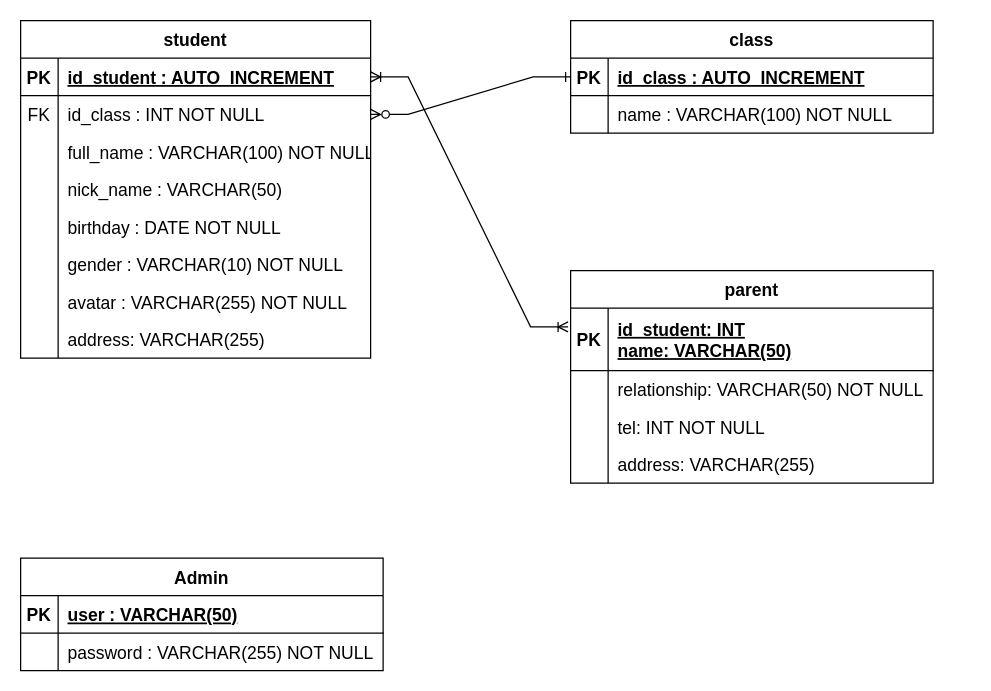
Earlier version of the draw.io diagram ERDmamnonbanmai.drawio (tan264/Student_Management). Source tidied: cells renumbered, new cells numbered last; positions are measured from the earlier drawing's top-left corner, leaving out a move shared by most shapes. Both pictures are drawn from the tidied source at 125%, with x=0, y=0 at pixel (20, 20).
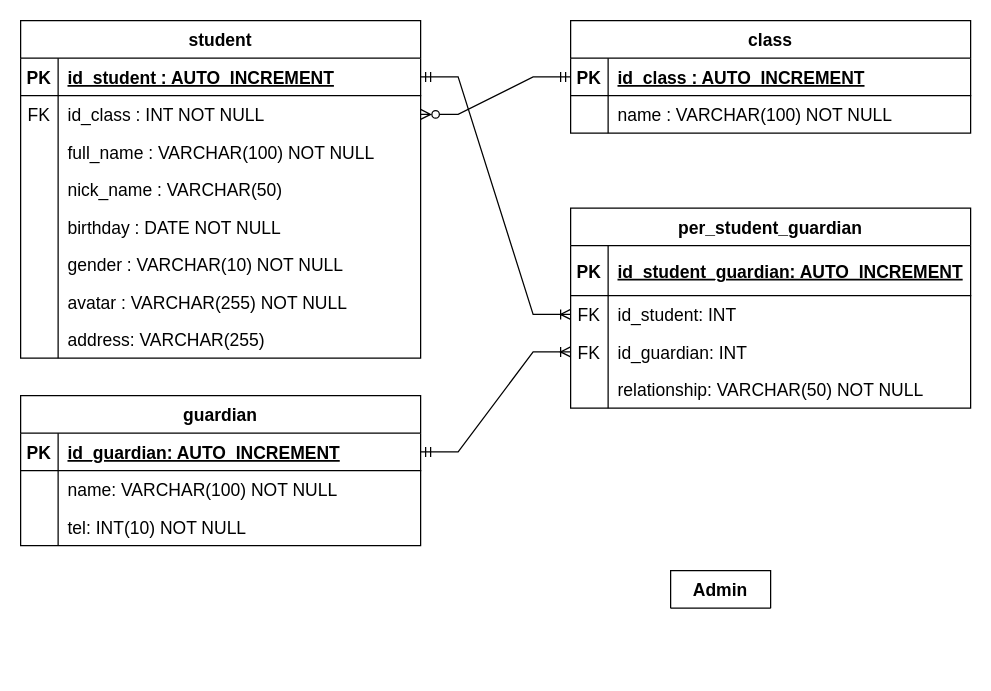
Above is the later version.

What changed in the source:
```diff
@@
     <mxCell id="2" value="student" style="shape=table;startSize=30;childLayout=tableLayout;rowLines=0;fontStyle=1;align=center;fontSize=14;" parent="1" vertex="1">
-      <mxGeometry width="280" height="270" as="geometry" />
+      <mxGeometry width="320" height="270" as="geometry" />
     </mxCell>
     <mxCell id="3" style="shape=tableRow;horizontal=0;startSize=0;swimlaneHead=0;swimlaneBody=0;fillColor=none;points=[[0,0.5],[1,0.5]];portConstraint=eastwest;top=0;left=0;right=0;bottom=1;fontSize=14;" parent="2" vertex="1">
-      <mxGeometry y="30" width="280" height="30" as="geometry" />
+      <mxGeometry y="30" width="320" height="30" as="geometry" />
     </mxCell>
@@
     <mxCell id="5" value="id_student : AUTO_INCREMENT" style="shape=partialRectangle;fillColor=none;top=0;left=0;bottom=0;right=0;align=left;spacingLeft=6;fontStyle=5;overflow=hidden;fontSize=14;" parent="3" vertex="1">
-      <mxGeometry x="30" width="250" height="30" as="geometry" />
+      <mxGeometry x="30" width="290" height="30" as="geometry" />
     </mxCell>
     <mxCell id="6" style="shape=tableRow;horizontal=0;startSize=0;swimlaneHead=0;swimlaneBody=0;fillColor=none;points=[[0,0.5],[1,0.5]];portConstraint=eastwest;top=0;left=0;right=0;bottom=0;fontSize=14;" parent="2" vertex="1">
-      <mxGeometry y="60" width="280" height="30" as="geometry" />
+      <mxGeometry y="60" width="320" height="30" as="geometry" />
     </mxCell>
@@
     <mxCell id="8" value="id_class : INT NOT NULL" style="shape=partialRectangle;fillColor=none;top=0;left=0;bottom=0;right=0;align=left;spacingLeft=6;fontStyle=0;overflow=hidden;fontSize=14;" parent="6" vertex="1">
-      <mxGeometry x="30" width="250" height="30" as="geometry" />
+      <mxGeometry x="30" width="290" height="30" as="geometry" />
     </mxCell>
     <mxCell id="9" style="shape=tableRow;horizontal=0;startSize=0;swimlaneHead=0;swimlaneBody=0;fillColor=none;top=0;left=0;right=0;bottom=0;fontSize=14;" parent="2" vertex="1">
-      <mxGeometry y="90" width="280" height="30" as="geometry" />
+      <mxGeometry y="90" width="320" height="30" as="geometry" />
     </mxCell>
@@
     <mxCell id="11" value="full_name : VARCHAR(100) NOT NULL" style="shape=partialRectangle;fillColor=none;top=0;left=0;bottom=0;right=0;align=left;spacingLeft=6;overflow=hidden;fontSize=14;" parent="9" vertex="1">
-      <mxGeometry x="30" width="250" height="30" as="geometry" />
+      <mxGeometry x="30" width="290" height="30" as="geometry" />
     </mxCell>
     <mxCell id="12" style="shape=tableRow;horizontal=0;startSize=0;swimlaneHead=0;swimlaneBody=0;fillColor=none;top=0;left=0;right=0;bottom=0;fontSize=14;" parent="2" vertex="1">
-      <mxGeometry y="120" width="280" height="30" as="geometry" />
+      <mxGeometry y="120" width="320" height="30" as="geometry" />
     </mxCell>
@@
     <mxCell id="14" value="nick_name : VARCHAR(50)" style="shape=partialRectangle;fillColor=none;top=0;left=0;bottom=0;right=0;align=left;spacingLeft=6;overflow=hidden;fontSize=14;" parent="12" vertex="1">
-      <mxGeometry x="30" width="250" height="30" as="geometry" />
+      <mxGeometry x="30" width="290" height="30" as="geometry" />
     </mxCell>
     <mxCell id="15" style="shape=tableRow;horizontal=0;startSize=0;swimlaneHead=0;swimlaneBody=0;fillColor=none;top=0;left=0;right=0;bottom=0;fontSize=14;" parent="2" vertex="1">
-      <mxGeometry y="150" width="280" height="30" as="geometry" />
+      <mxGeometry y="150" width="320" height="30" as="geometry" />
     </mxCell>
@@
     <mxCell id="17" value="birthday : DATE NOT NULL" style="shape=partialRectangle;fillColor=none;top=0;left=0;bottom=0;right=0;align=left;spacingLeft=6;overflow=hidden;fontSize=14;" parent="15" vertex="1">
-      <mxGeometry x="30" width="250" height="30" as="geometry" />
+      <mxGeometry x="30" width="290" height="30" as="geometry" />
     </mxCell>
     <mxCell id="18" style="shape=tableRow;horizontal=0;startSize=0;swimlaneHead=0;swimlaneBody=0;fillColor=none;top=0;left=0;right=0;bottom=0;fontSize=14;" parent="2" vertex="1">
-      <mxGeometry y="180" width="280" height="30" as="geometry" />
+      <mxGeometry y="180" width="320" height="30" as="geometry" />
     </mxCell>
@@
     <mxCell id="20" value="gender : VARCHAR(10) NOT NULL" style="shape=partialRectangle;fillColor=none;top=0;left=0;bottom=0;right=0;align=left;spacingLeft=6;overflow=hidden;fontSize=14;" parent="18" vertex="1">
-      <mxGeometry x="30" width="250" height="30" as="geometry" />
+      <mxGeometry x="30" width="290" height="30" as="geometry" />
     </mxCell>
     <mxCell id="21" style="shape=tableRow;horizontal=0;startSize=0;swimlaneHead=0;swimlaneBody=0;fillColor=none;top=0;left=0;right=0;bottom=0;fontSize=14;" parent="2" vertex="1">
-      <mxGeometry y="210" width="280" height="30" as="geometry" />
+      <mxGeometry y="210" width="320" height="30" as="geometry" />
     </mxCell>
@@
     <mxCell id="23" value="avatar : VARCHAR(255) NOT NULL" style="shape=partialRectangle;fillColor=none;top=0;left=0;bottom=0;right=0;align=left;spacingLeft=6;overflow=hidden;fontSize=14;" parent="21" vertex="1">
-      <mxGeometry x="30" width="250" height="30" as="geometry" />
+      <mxGeometry x="30" width="290" height="30" as="geometry" />
     </mxCell>
     <mxCell id="24" style="shape=tableRow;horizontal=0;startSize=0;swimlaneHead=0;swimlaneBody=0;fillColor=none;top=0;left=0;right=0;bottom=0;" parent="2" vertex="1">
-      <mxGeometry y="240" width="280" height="30" as="geometry" />
+      <mxGeometry y="240" width="320" height="30" as="geometry" />
     </mxCell>
@@
     <mxCell id="26" value="address: VARCHAR(255)" style="shape=partialRectangle;fillColor=none;top=0;left=0;bottom=0;right=0;align=left;spacingLeft=6;overflow=hidden;fontSize=14;" parent="24" vertex="1">
-      <mxGeometry x="30" width="250" height="30" as="geometry" />
+      <mxGeometry x="30" width="290" height="30" as="geometry" />
     </mxCell>
     <mxCell id="27" value="class" style="shape=table;startSize=30;childLayout=tableLayout;rowLines=0;fontStyle=1;align=center;fontSize=14;" parent="1" vertex="1">
-      <mxGeometry x="440" width="290" height="90" as="geometry" />
+      <mxGeometry x="440" width="320" height="90" as="geometry" />
     </mxCell>
     <mxCell id="28" style="shape=tableRow;horizontal=0;startSize=0;swimlaneHead=0;swimlaneBody=0;fillColor=none;points=[[0,0.5],[1,0.5]];portConstraint=eastwest;top=0;left=0;right=0;bottom=1;fontSize=14;" parent="27" vertex="1">
-      <mxGeometry y="30" width="290" height="30" as="geometry" />
+      <mxGeometry y="30" width="320" height="30" as="geometry" />
     </mxCell>
@@
     <mxCell id="30" value="id_class : AUTO_INCREMENT" style="shape=partialRectangle;fillColor=none;top=0;left=0;bottom=0;right=0;align=left;spacingLeft=6;fontStyle=5;overflow=hidden;fontSize=14;" parent="28" vertex="1">
-      <mxGeometry x="30" width="260" height="30" as="geometry" />
+      <mxGeometry x="30" width="290" height="30" as="geometry" />
     </mxCell>
     <mxCell id="31" style="shape=tableRow;horizontal=0;startSize=0;swimlaneHead=0;swimlaneBody=0;fillColor=none;top=0;left=0;right=0;bottom=0;fontSize=14;" parent="27" vertex="1">
-      <mxGeometry y="60" width="290" height="30" as="geometry" />
+      <mxGeometry y="60" width="320" height="30" as="geometry" />
     </mxCell>
@@
     <mxCell id="33" value="name : VARCHAR(100) NOT NULL" style="shape=partialRectangle;fillColor=none;top=0;left=0;bottom=0;right=0;align=left;spacingLeft=6;overflow=hidden;fontSize=14;" parent="31" vertex="1">
-      <mxGeometry x="30" width="260" height="30" as="geometry" />
+      <mxGeometry x="30" width="290" height="30" as="geometry" />
     </mxCell>
-    <mxCell id="34" style="edgeStyle=entityRelationEdgeStyle;fontSize=14;html=1;endArrow=ERone;startArrow=ERzeroToMany;rounded=0;startFill=0;endFill=0;" parent="1" edge="1" source="6" target="28">
+    <mxCell id="34" style="edgeStyle=entityRelationEdgeStyle;fontSize=14;html=1;endArrow=ERmandOne;startArrow=ERzeroToMany;rounded=0;startFill=0;endFill=0;" parent="1" edge="1" source="6" target="28">
       <mxGeometry relative="1" as="geometry" />
     </mxCell>
-    <mxCell id="35" value="parent" style="shape=table;startSize=30;childLayout=tableLayout;rowLines=0;fontStyle=1;align=center;fontSize=14;" parent="1" vertex="1">
-      <mxGeometry x="440" y="200" width="290" height="170" as="geometry" />
+    <mxCell id="35" value="per_student_guardian" style="shape=table;startSize=30;childLayout=tableLayout;rowLines=0;fontStyle=1;align=center;fontSize=14;" parent="1" vertex="1">
+      <mxGeometry x="440" y="150" width="320" height="160" as="geometry" />
     </mxCell>
     <mxCell id="36" style="shape=tableRow;horizontal=0;startSize=0;swimlaneHead=0;swimlaneBody=0;fillColor=none;points=[[0,0.5],[1,0.5]];portConstraint=eastwest;top=0;left=0;right=0;bottom=1;fontSize=14;" parent="35" vertex="1">
-      <mxGeometry y="30" width="290" height="50" as="geometry" />
+      <mxGeometry y="30" width="320" height="40" as="geometry" />
     </mxCell>
     <mxCell id="37" value="PK" style="shape=partialRectangle;fillColor=none;top=0;left=0;bottom=0;right=0;fontStyle=1;overflow=hidden;fontSize=14;" parent="36" vertex="1">
-      <mxGeometry width="30" height="50" as="geometry" />
+      <mxGeometry width="30" height="40" as="geometry" />
     </mxCell>
-    <mxCell id="38" value="id_student: INT&#10;name: VARCHAR(50)" style="shape=partialRectangle;fillColor=none;top=0;left=0;bottom=0;right=0;align=left;spacingLeft=6;fontStyle=5;overflow=hidden;fontSize=14;spacingBottom=0;verticalAlign=middle;" parent="36" vertex="1">
-      <mxGeometry x="30" width="260" height="50" as="geometry" />
+    <mxCell id="38" value="id_student_guardian: AUTO_INCREMENT" style="shape=partialRectangle;fillColor=none;top=0;left=0;bottom=0;right=0;align=left;spacingLeft=6;fontStyle=5;overflow=hidden;fontSize=14;spacingBottom=0;verticalAlign=middle;" parent="36" vertex="1">
+      <mxGeometry x="30" width="290" height="40" as="geometry" />
     </mxCell>
+    <mxCell id="56" style="shape=tableRow;horizontal=0;startSize=0;swimlaneHead=0;swimlaneBody=0;fillColor=none;points=[[0,0.5],[1,0.5]];portConstraint=eastwest;top=0;left=0;right=0;bottom=0;" parent="35" vertex="1">
+      <mxGeometry y="70" width="320" height="30" as="geometry" />
+    </mxCell>
+    <mxCell id="57" value="FK" style="shape=partialRectangle;fillColor=none;top=0;left=0;bottom=0;right=0;overflow=hidden;fontSize=14;" parent="56" vertex="1">
+      <mxGeometry width="30" height="30" as="geometry" />
+    </mxCell>
+    <mxCell id="58" value="id_student: INT" style="shape=partialRectangle;fillColor=none;top=0;left=0;bottom=0;right=0;align=left;spacingLeft=6;overflow=hidden;fontSize=14;" parent="56" vertex="1">
+      <mxGeometry x="30" width="290" height="30" as="geometry" />
+    </mxCell>
+    <mxCell id="59" style="shape=tableRow;horizontal=0;startSize=0;swimlaneHead=0;swimlaneBody=0;fillColor=none;points=[[0,0.5],[1,0.5]];portConstraint=eastwest;top=0;left=0;right=0;bottom=0;fontSize=14;" parent="35" vertex="1">
+      <mxGeometry y="100" width="320" height="30" as="geometry" />
+    </mxCell>
+    <mxCell id="60" value="FK" style="shape=partialRectangle;fillColor=none;top=0;left=0;bottom=0;right=0;fontStyle=0;overflow=hidden;fontSize=14;" parent="59" vertex="1">
+      <mxGeometry width="30" height="30" as="geometry" />
+    </mxCell>
+    <mxCell id="61" value="id_guardian: INT" style="shape=partialRectangle;fillColor=none;top=0;left=0;bottom=0;right=0;align=left;spacingLeft=6;fontStyle=0;overflow=hidden;fontSize=14;" parent="59" vertex="1">
+      <mxGeometry x="30" width="290" height="30" as="geometry" />
+    </mxCell>
     <mxCell id="39" style="shape=tableRow;horizontal=0;startSize=0;swimlaneHead=0;swimlaneBody=0;fillColor=none;top=0;left=0;right=0;bottom=0;fontSize=14;" parent="35" vertex="1">
-      <mxGeometry y="80" width="290" height="30" as="geometry" />
+      <mxGeometry y="130" width="320" height="30" as="geometry" />
     </mxCell>
@@
     <mxCell id="41" value="relationship: VARCHAR(50) NOT NULL" style="shape=partialRectangle;fillColor=none;top=0;left=0;bottom=0;right=0;align=left;spacingLeft=6;overflow=hidden;fontSize=14;" parent="39" vertex="1">
-      <mxGeometry x="30" width="260" height="30" as="geometry" />
+      <mxGeometry x="30" width="290" height="30" as="geometry" />
     </mxCell>
-    <mxCell id="42" style="shape=tableRow;horizontal=0;startSize=0;swimlaneHead=0;swimlaneBody=0;fillColor=none;top=0;left=0;right=0;bottom=0;fontSize=14;" parent="35" vertex="1">
-      <mxGeometry y="110" width="290" height="30" as="geometry" />
-    </mxCell>
-    <mxCell id="43" style="shape=partialRectangle;fillColor=none;top=0;left=0;bottom=0;right=0;overflow=hidden;fontSize=14;" parent="42" vertex="1">
-      <mxGeometry width="30" height="30" as="geometry" />
-    </mxCell>
-    <mxCell id="44" value="tel: INT NOT NULL" style="shape=partialRectangle;fillColor=none;top=0;left=0;bottom=0;right=0;align=left;spacingLeft=6;overflow=hidden;fontSize=14;" parent="42" vertex="1">
-      <mxGeometry x="30" width="260" height="30" as="geometry" />
-    </mxCell>
-    <mxCell id="45" style="shape=tableRow;horizontal=0;startSize=0;swimlaneHead=0;swimlaneBody=0;fillColor=none;top=0;left=0;right=0;bottom=0;fontSize=14;" parent="35" vertex="1">
-      <mxGeometry y="140" width="290" height="30" as="geometry" />
-    </mxCell>
-    <mxCell id="46" style="shape=partialRectangle;fillColor=none;top=0;left=0;bottom=0;right=0;overflow=hidden;fontSize=14;" parent="45" vertex="1">
-      <mxGeometry width="30" height="30" as="geometry" />
-    </mxCell>
-    <mxCell id="47" value="address: VARCHAR(255)" style="shape=partialRectangle;fillColor=none;top=0;left=0;bottom=0;right=0;align=left;spacingLeft=6;overflow=hidden;fontSize=14;" parent="45" vertex="1">
-      <mxGeometry x="30" width="260" height="30" as="geometry" />
-    </mxCell>
-    <mxCell id="48" style="edgeStyle=entityRelationEdgeStyle;fontSize=14;html=1;endArrow=ERoneToMany;rounded=0;exitX=1;exitY=0.5;exitDx=0;exitDy=0;startArrow=ERoneToMany;startFill=0;entryX=-0.007;entryY=0.3;entryDx=0;entryDy=0;entryPerimeter=0;" parent="1" edge="1" source="3" target="36">
+    <mxCell id="48" style="edgeStyle=entityRelationEdgeStyle;fontSize=14;html=1;endArrow=ERoneToMany;rounded=0;exitX=1;exitY=0.5;exitDx=0;exitDy=0;startArrow=ERmandOne;startFill=0;entryX=0;entryY=0.5;entryDx=0;entryDy=0;" parent="1" edge="1" source="3" target="56">
       <mxGeometry relative="1" as="geometry" />
     </mxCell>
-    <mxCell id="49" value="Admin" style="shape=table;startSize=30;childLayout=tableLayout;rowLines=0;fontStyle=1;align=center;fontSize=14;" parent="1" vertex="1">
-      <mxGeometry y="430" width="290" height="90" as="geometry" />
+    <mxCell id="49" value="Admin" style="shape=table;startSize=30;childLayout=tableLayout;rowLines=0;fontStyle=1;align=center;fontSize=14;" parent="1" vertex="1" collapsed="1">
+      <mxGeometry x="520" y="440" width="80" height="30" as="geometry" />
     </mxCell>
-    <mxCell id="50" style="shape=tableRow;horizontal=0;startSize=0;swimlaneHead=0;swimlaneBody=0;fillColor=none;top=0;left=0;right=0;bottom=1;fontSize=14;" parent="49" vertex="1">
-      <mxGeometry y="30" width="290" height="30" as="geometry" />
-    </mxCell>
+    <mxCell id="62" value="guardian" style="shape=table;startSize=30;childLayout=tableLayout;rowLines=0;fontStyle=1;align=center;fontSize=14;" parent="1" vertex="1">
+      <mxGeometry y="300" width="320" height="120" as="geometry" />
+    </mxCell>
+    <mxCell id="63" style="shape=tableRow;horizontal=0;startSize=0;swimlaneHead=0;swimlaneBody=0;fillColor=none;points=[[0,0.5],[1,0.5]];portConstraint=eastwest;top=0;left=0;right=0;bottom=1;fontSize=14;" parent="62" vertex="1">
+      <mxGeometry y="30" width="320" height="30" as="geometry" />
+    </mxCell>
-    <mxCell id="51" value="PK" style="shape=partialRectangle;fillColor=none;top=0;left=0;bottom=0;right=0;fontStyle=1;overflow=hidden;fontSize=14;" parent="50" vertex="1">
+    <mxCell id="51" value="PK" style="shape=partialRectangle;fillColor=none;top=0;left=0;bottom=0;right=0;fontStyle=1;overflow=hidden;fontSize=14;" parent="63" vertex="1">
       <mxGeometry width="30" height="30" as="geometry" />
     </mxCell>
-    <mxCell id="52" value="user : VARCHAR(50)" style="shape=partialRectangle;fillColor=none;top=0;left=0;bottom=0;right=0;align=left;spacingLeft=6;fontStyle=5;overflow=hidden;fontSize=14;" parent="50" vertex="1">
-      <mxGeometry x="30" width="260" height="30" as="geometry" />
-    </mxCell>
-    <mxCell id="53" style="shape=tableRow;horizontal=0;startSize=0;swimlaneHead=0;swimlaneBody=0;fillColor=none;top=0;left=0;right=0;bottom=0;fontSize=14;" parent="49" vertex="1">
-      <mxGeometry y="60" width="290" height="30" as="geometry" />
-    </mxCell>
-    <mxCell id="54" style="shape=partialRectangle;fillColor=none;top=0;left=0;bottom=0;right=0;overflow=hidden;fontSize=14;" parent="53" vertex="1">
-      <mxGeometry width="30" height="30" as="geometry" />
-    </mxCell>
-    <mxCell id="55" value="password : VARCHAR(255) NOT NULL" style="shape=partialRectangle;fillColor=none;top=0;left=0;bottom=0;right=0;align=left;spacingLeft=6;overflow=hidden;fontSize=14;" parent="53" vertex="1">
-      <mxGeometry x="30" width="260" height="30" as="geometry" />
-    </mxCell>
+    <mxCell id="64" value="id_guardian: AUTO_INCREMENT" style="shape=partialRectangle;fillColor=none;top=0;left=0;bottom=0;right=0;align=left;spacingLeft=6;fontStyle=5;overflow=hidden;fontSize=14;" parent="63" vertex="1">
+      <mxGeometry x="30" width="290" height="30" as="geometry" />
+    </mxCell>
+    <mxCell id="65" style="shape=tableRow;horizontal=0;startSize=0;swimlaneHead=0;swimlaneBody=0;fillColor=none;top=0;left=0;right=0;bottom=0;fontSize=14;" parent="62" vertex="1">
+      <mxGeometry y="60" width="320" height="30" as="geometry" />
+    </mxCell>
+    <mxCell id="66" style="shape=partialRectangle;fillColor=none;top=0;left=0;bottom=0;right=0;overflow=hidden;fontSize=14;" parent="65" vertex="1">
+      <mxGeometry width="30" height="30" as="geometry" />
+    </mxCell>
+    <mxCell id="67" value="name: VARCHAR(100) NOT NULL" style="shape=partialRectangle;fillColor=none;top=0;left=0;bottom=0;right=0;align=left;spacingLeft=6;overflow=hidden;fontSize=14;" parent="65" vertex="1">
+      <mxGeometry x="30" width="290" height="30" as="geometry" />
+    </mxCell>
+    <mxCell id="68" style="shape=tableRow;horizontal=0;startSize=0;swimlaneHead=0;swimlaneBody=0;fillColor=none;top=0;left=0;right=0;bottom=0;fontSize=14;" parent="62" vertex="1">
+      <mxGeometry y="90" width="320" height="30" as="geometry" />
+    </mxCell>
+    <mxCell id="69" style="shape=partialRectangle;fillColor=none;top=0;left=0;bottom=0;right=0;overflow=hidden;fontSize=14;" parent="68" vertex="1">
+      <mxGeometry width="30" height="30" as="geometry" />
+    </mxCell>
+    <mxCell id="70" value="tel: INT(10) NOT NULL" style="shape=partialRectangle;fillColor=none;top=0;left=0;bottom=0;right=0;align=left;spacingLeft=6;overflow=hidden;fontSize=14;" parent="68" vertex="1">
+      <mxGeometry x="30" width="290" height="30" as="geometry" />
+    </mxCell>
+    <mxCell id="71" style="edgeStyle=entityRelationEdgeStyle;fontSize=12;html=1;endArrow=ERoneToMany;startArrow=ERmandOne;rounded=0;exitX=1;exitY=0.5;exitDx=0;exitDy=0;entryX=0;entryY=0.5;entryDx=0;entryDy=0;" parent="1" edge="1" source="63" target="59">
+      <mxGeometry relative="1" as="geometry" />
+    </mxCell>
```
